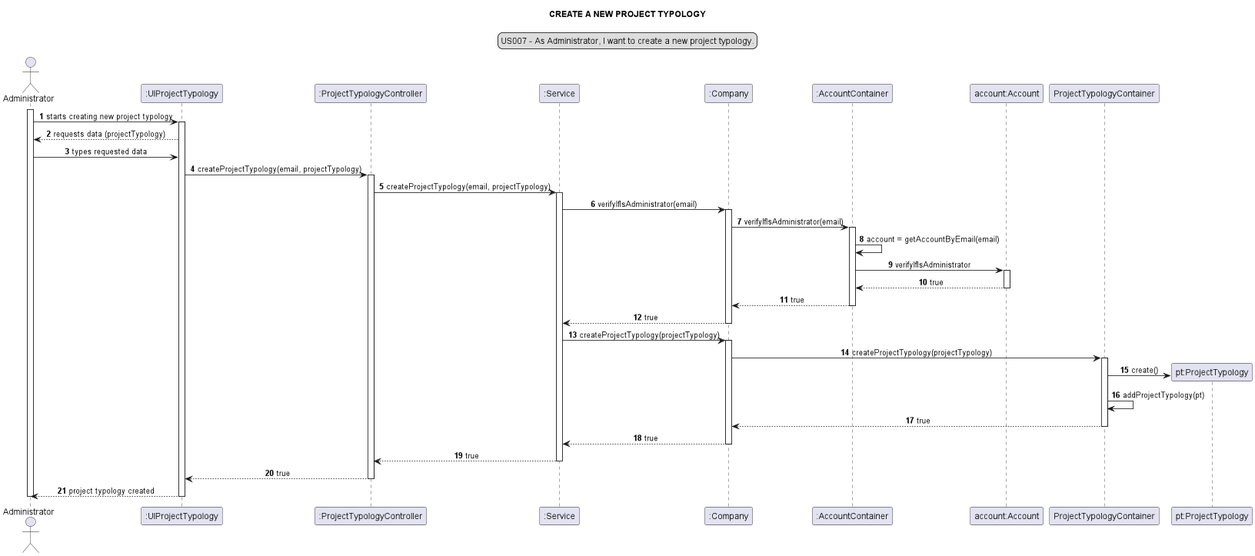
The PlantUML diagram docs/modelling_design/user_stories/us007/US007_sequenceDiagram-CREATE_A_NEW_PROJECT_TYPOLOGY.png in Loracline/project_switch_22-23, before a commit. Source of this version:
```plantuml
@startuml

autonumber
skinparam sequenceMessageAlign center
title CREATE A NEW PROJECT TYPOLOGY
legend top
US007 - As Administrator, I want to create a new project typology.
end legend

actor Administrator as a
participant ":UIProjectTypology" as ui
participant ":ProjectTypologyController" as ct
participant ":Service" as sv
participant ":Company" as c
participant ":AccountContainer" as acc
participant "account:Account" as ac
participant "ProjectTypologyContainer" as ptc
participant "pt:ProjectTypology" as pty


activate a
a -> ui: starts creating new project typology
activate ui
ui --> a: requests data (projectTypology)
a -> ui: types requested data
ui -> ct: createProjectTypology(email, projectTypology)
activate ct
ct -> sv: createProjectTypology(email, projectTypology)
activate sv
sv -> c: verifyIfIsAdministrator(email)
activate c
c -> acc: verifyIfIsAdministrator(email)
activate acc
acc -> acc: account = getAccountByEmail(email)
acc -> ac: verifyIfIsAdministrator
activate ac
ac --> acc: true
deactivate ac
acc --> c: true
deactivate acc
c --> sv: true
deactivate c
sv -> c: createProjectTypology(projectTypology)
activate c
c -> ptc: createProjectTypology(projectTypology)
activate ptc
create pty
ptc -> pty: create()
ptc -> ptc: addProjectTypology(pt)
ptc --> c: true
deactivate ptc
c --> sv: true
deactivate c
sv --> ct: true
deactivate sv
ct --> ui: true
deactivate ct
ui --> a: project typology created
deactivate ui
deactivate a
@enduml
```
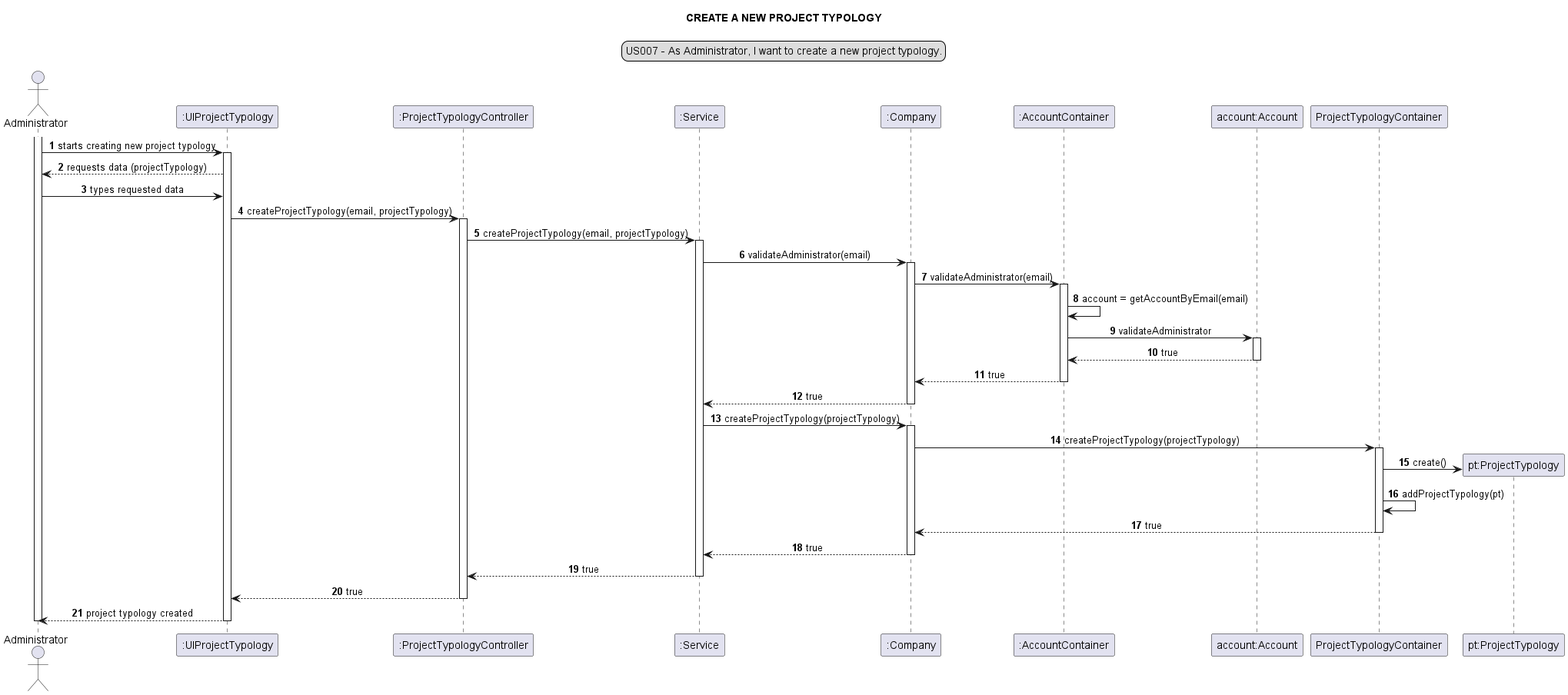
Above is the later version.

Commit message:
US 007 : Design : Refinement of class diagram and sequence diagram

Change to the diagram source:
```diff
@@ -27,12 +27,12 @@
 activate ct
 ct -> sv: createProjectTypology(email, projectTypology)
 activate sv
-sv -> c: verifyIfIsAdministrator(email)
+sv -> c: validateAdministrator(email)
 activate c
-c -> acc: verifyIfIsAdministrator(email)
+c -> acc: validateAdministrator(email)
 activate acc
 acc -> acc: account = getAccountByEmail(email)
-acc -> ac: verifyIfIsAdministrator
+acc -> ac: validateAdministrator
 activate ac
 ac --> acc: true
 deactivate ac
```
